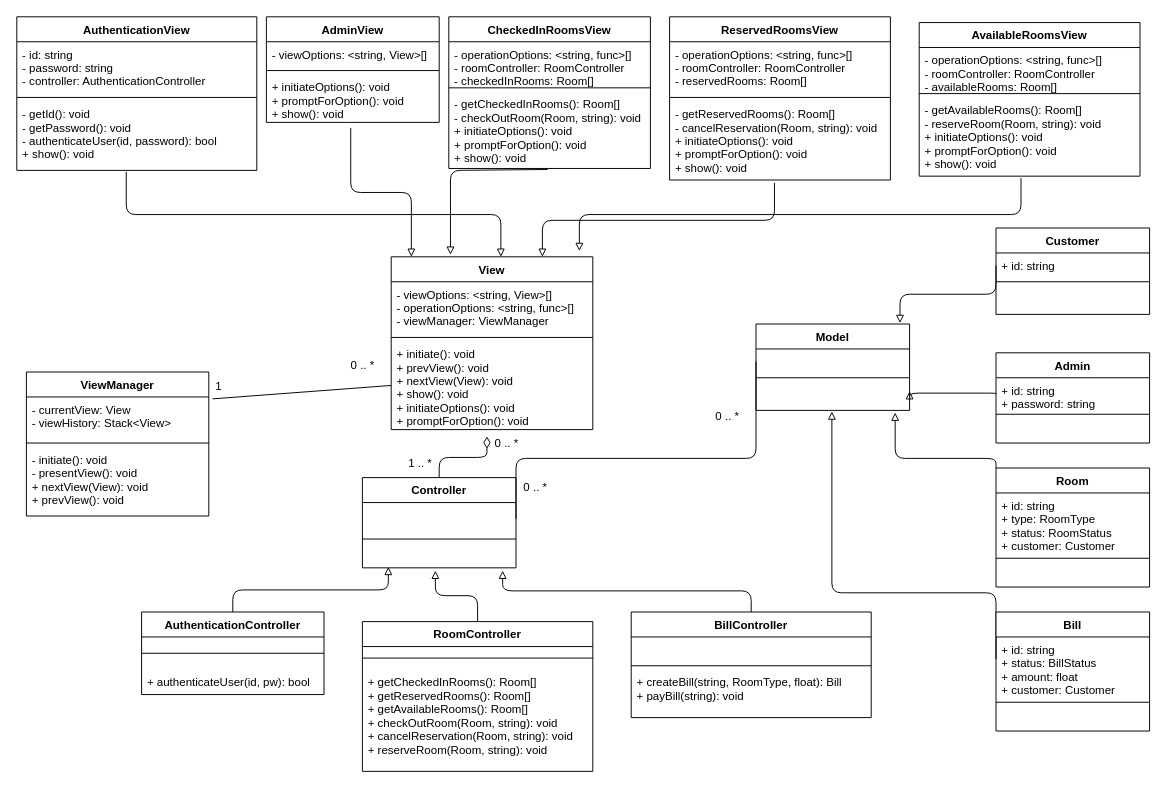
Earlier version of the draw.io diagram Diagrams/ClassDiagram/Class Diagram.drawio (mclhtay/CS4471). Source tidied: cells renumbered, new cells numbered last; positions are measured from the earlier drawing's top-left corner, leaving out a move shared by most shapes. Both pictures are drawn from the tidied source at 96%, with x=0, y=0 at pixel (16, 16).
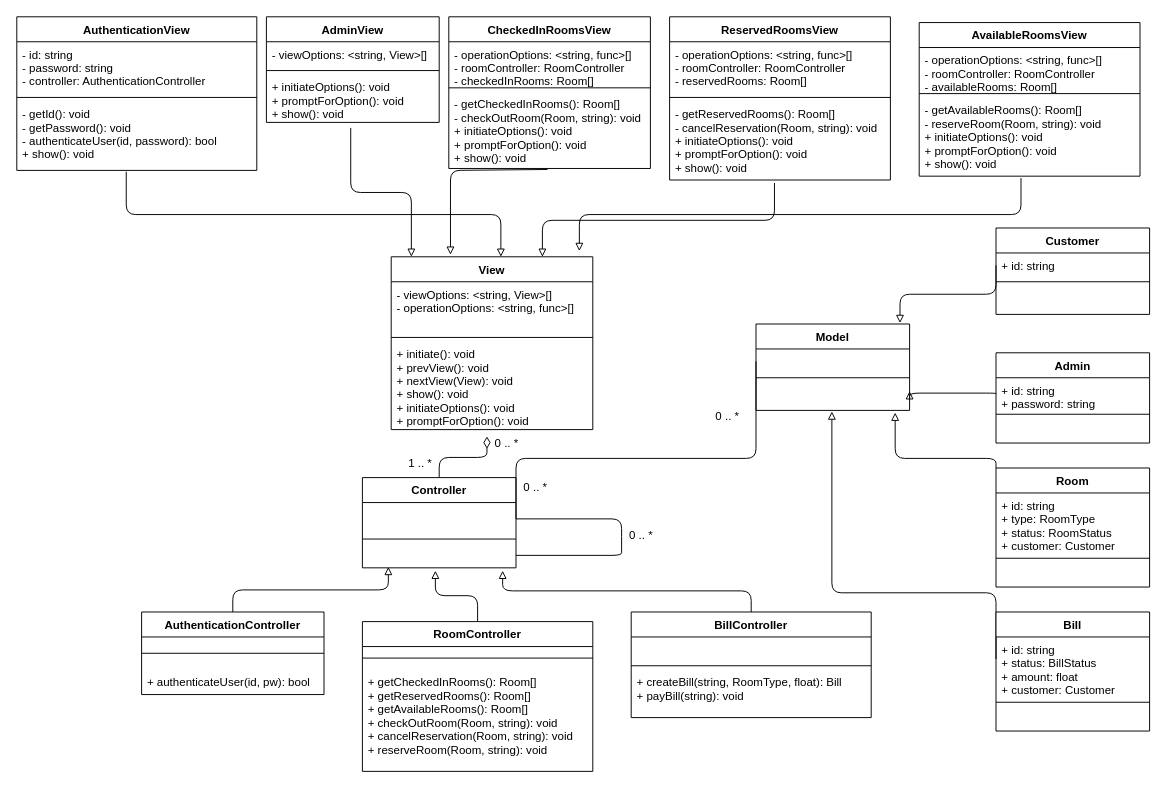
After the change.

Commit message:
remove vm from class diagram

Unchanged cells that the change refers to:
```xml
<mxCell id="7" value="View" style="swimlane;fontStyle=1;align=center;verticalAlign=top;horizontal=1;startSize=26;" parent="1" vertex="1">
  <mxGeometry x="390" y="250" width="210" height="180" as="geometry" />
</mxCell>
<mxCell id="10" value="+ initiate(): void&#10;+ prevView(): void&#10;+ nextView(View): void&#10;+ show(): void&#10;+ initiateOptions(): void&#10;+ promptForOption(): void" style="text;strokeColor=none;fillColor=none;align=left;verticalAlign=top;spacingLeft=4;spacingRight=4;overflow=hidden;points=[[0,0.5],[1,0.5]];portConstraint=eastwest;" parent="7" vertex="1">
  <mxGeometry y="88" width="210" height="92" as="geometry" />
</mxCell>
<mxCell id="24" value="Controller" style="swimlane;fontStyle=1;align=center;verticalAlign=top;horizontal=1;startSize=26;" parent="1" vertex="1">
  <mxGeometry x="360" y="480" width="160" height="94" as="geometry" />
</mxCell>
<mxCell id="25" value=" &#10;" style="text;strokeColor=none;fillColor=none;align=left;verticalAlign=top;spacingLeft=4;spacingRight=4;overflow=hidden;points=[[0,0.5],[1,0.5]];portConstraint=eastwest;" parent="24" vertex="1">
  <mxGeometry y="26" width="160" height="34" as="geometry" />
</mxCell>
<mxCell id="27" value=" &#10;" style="text;strokeColor=none;fillColor=none;align=left;verticalAlign=top;spacingLeft=4;spacingRight=4;overflow=hidden;points=[[0,0.5],[1,0.5]];portConstraint=eastwest;" parent="24" vertex="1">
  <mxGeometry y="68" width="160" height="26" as="geometry" />
</mxCell>
```

Diff of the diagram source:
```diff
@@
-    <mxCell id="8" value="- viewOptions: &lt;string, View&gt;[]&#10;- operationOptions: &lt;string, func&gt;[]&#10;- viewManager: ViewManager" style="text;strokeColor=none;fillColor=none;align=left;verticalAlign=top;spacingLeft=4;spacingRight=4;overflow=hidden;" parent="7" vertex="1">
+    <mxCell id="8" value="- viewOptions: &lt;string, View&gt;[]&#10;- operationOptions: &lt;string, func&gt;[]" style="text;strokeColor=none;fillColor=none;align=left;verticalAlign=top;spacingLeft=4;spacingRight=4;overflow=hidden;" parent="7" vertex="1">
       <mxGeometry y="26" width="210" height="54" as="geometry" />
     </mxCell>
@@
+    <mxCell id="85" style="endArrow=none;html=1;exitX=1;exitY=0.5;exitDx=0;exitDy=0;entryX=1;entryY=0.5;entryDx=0;entryDy=0;" parent="24" edge="1" source="25" target="27">
+      <mxGeometry relative="1" as="geometry">
+        <Array as="points">
+          <mxPoint x="270" y="43" />
+          <mxPoint x="270" y="70" />
+          <mxPoint x="270" y="81" />
+        </Array>
+      </mxGeometry>
+    </mxCell>
@@
-    <mxCell id="47" style="endArrow=none;html=1;exitX=1.021;exitY=0.045;exitDx=0;exitDy=0;entryX=0;entryY=0.5;entryDx=0;entryDy=0;exitPerimeter=0;" parent="1" edge="1" source="63" target="10">
-      <mxGeometry relative="1" as="geometry" />
-    </mxCell>
-    <mxCell id="48" value="1" style="text;html=1;align=center;verticalAlign=middle;" parent="1" vertex="1">
-      <mxGeometry x="200" y="375" width="20" height="20" as="geometry" />
-    </mxCell>
-    <mxCell id="49" value="0 .. *" style="text;html=1;align=center;verticalAlign=middle;" parent="1" vertex="1">
-      <mxGeometry x="340" y="353" width="40" height="20" as="geometry" />
-    </mxCell>
@@
-    <mxCell id="62" value="ViewManager" style="swimlane;fontStyle=1;align=center;verticalAlign=top;horizontal=1;startSize=26;" parent="1" vertex="1">
-      <mxGeometry x="10" y="370" width="190" height="150" as="geometry" />
-    </mxCell>
-    <mxCell id="63" value="- currentView: View&#10;- viewHistory: Stack&lt;View&gt;" style="text;strokeColor=none;fillColor=none;align=left;verticalAlign=top;spacingLeft=4;spacingRight=4;overflow=hidden;points=[[0,0.5],[1,0.5]];portConstraint=eastwest;" parent="62" vertex="1">
-      <mxGeometry y="26" width="190" height="44" as="geometry" />
-    </mxCell>
-    <mxCell id="64" style="line;strokeWidth=1;fillColor=none;align=left;verticalAlign=middle;spacingTop=-1;spacingLeft=3;spacingRight=3;labelPosition=right;" parent="62" vertex="1">
-      <mxGeometry y="70" width="190" height="8" as="geometry" />
-    </mxCell>
-    <mxCell id="65" value="- initiate(): void&#10;- presentView(): void&#10;+ nextView(View): void&#10;+ prevView(): void" style="text;strokeColor=none;fillColor=none;align=left;verticalAlign=top;spacingLeft=4;spacingRight=4;overflow=hidden;" parent="62" vertex="1">
-      <mxGeometry y="78" width="190" height="72" as="geometry" />
-    </mxCell>
@@
+    <mxCell id="49" value="0 .. *" style="text;html=1;align=center;verticalAlign=middle;" parent="1" vertex="1">
+      <mxGeometry x="630" y="530" width="40" height="20" as="geometry" />
+    </mxCell>
```
